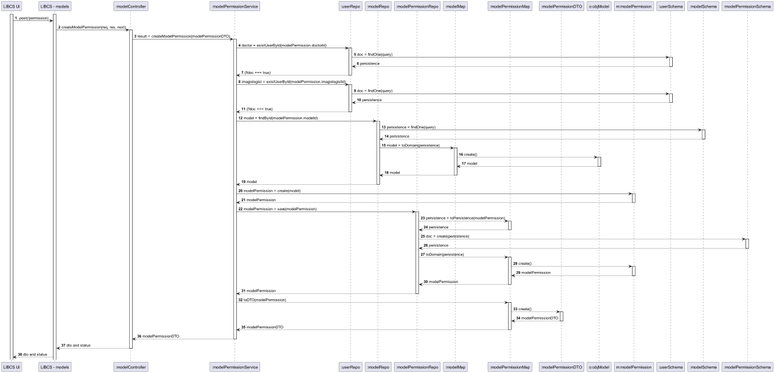
Before: wiki/diagrams/UCS/UC6/nivel3/UC6.png, a diagram exported from PlantUML (Pedro-Teixeira-1211184/least-invasive-breast-cancer-surgery). The source it was exported from:
```plantuml
@startuml

autonumber
participant "LIBCS UI" as UI
participant "LIBCS - models" as API
participant ":modelController" as BC
participant ":modelPermissionService" as MPS
participant ":userRepo" as BR
participant ":modelRepo" as MR
participant ":modelPermissionRepo" as MPR
participant ":modelMap" as MM
participant ":modelPermissionMap" as MPM
participant ":modelPermissionDTO" as DTO
participant "o:objModel" as M
participant "m:modelPermission" as MP
participant ":userSchema" as BSchema
participant ":modelSchema" as MSchema
participant ":modelPermissionSchema" as MPSchema


activate UI
activate API
UI -> API : .post(/permission)
API -> BC : createModelPermission(req, res, next)
activate BC
BC -> MPS : result = createModelPermission(modelPermissionDTO)
activate MPS
MPS -> BR : doctor = existUserById(modelPermission.doctorId)
activate BR
BR -> BSchema : doc = findOne(query)
activate BSchema
BSchema --> BR : persistence
deactivate BSchema
BR --> MPS : (!!doc === true)
deactivate BR
MPS -> BR : imagiologist = existUserById(modelPermission.imagiologistId)
activate BR
BR -> BSchema : doc = findOne(query)
activate BSchema
BSchema --> BR : persistence
deactivate BSchema
BR --> MPS : (!!doc === true)
deactivate BR
MPS -> MR : model = findById(modelPermission.modelId)
activate MR
MR -> MSchema : persistence = findOne(query)
activate MSchema
MSchema --> MR : persistence
deactivate MSchema
MR -> MM : model = toDomain(persistence)
activate MM
MM --> M : create()
activate M
M --> MM : model
deactivate M
MM --> MR : model
deactivate MM
MR --> MPS : model
deactivate MR
MPS -> MP : modelPermission = create(model)
activate MP
MP --> MPS : modelPermission
deactivate MP
MPS -> MPR : modelPermission = save(modelPermission)
activate MPR
MPR --> MPM : persistence = toPersistence(modelPermission)
activate MPM
MPM --> MPR : persistence
deactivate MPM
MPR --> MPSchema : doc = create(persistence)
activate MPSchema
MPSchema --> MPR : persistence
deactivate MPSchema
MPR --> MPM : toDomain(persistence)
activate MPM
MPM --> MP : create()
activate MP
MP --> MPM : modelPermission
deactivate MP
MPM --> MPR : modelPermission
deactivate MPM
MPR --> MPS : modelPermission
deactivate MPR
MPS --> MPM : toDTO(modelPermission)
activate MPM
MPM --> DTO : create()
activate DTO
DTO --> MPM : modelPermissionDTO
deactivate DTO
MPM --> MPS : modelPermissionDTO
deactivate MPM
MPS --> BC : modelPermissionDTO
deactivate MPS
BC --> API : dto and status
deactivate BC
API --> UI : dto and status

@enduml
```
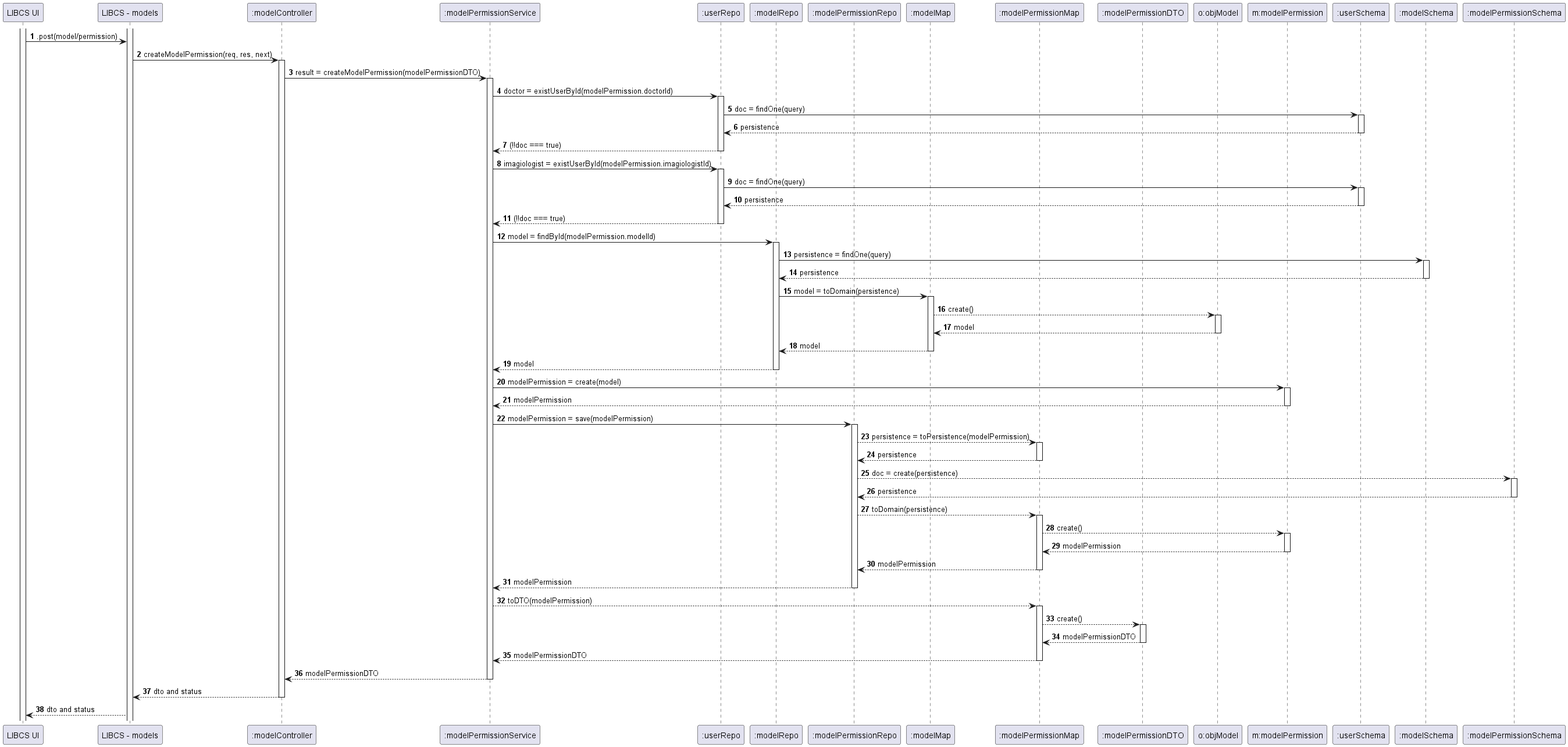
After the commit.

Change to the diagram source:
```diff
@@ -20,7 +20,7 @@
 
 activate UI
 activate API
-UI -> API : .post(/permission)
+UI -> API : .post(model/permission)
 API -> BC : createModelPermission(req, res, next)
 activate BC
 BC -> MPS : result = createModelPermission(modelPermissionDTO)
```
